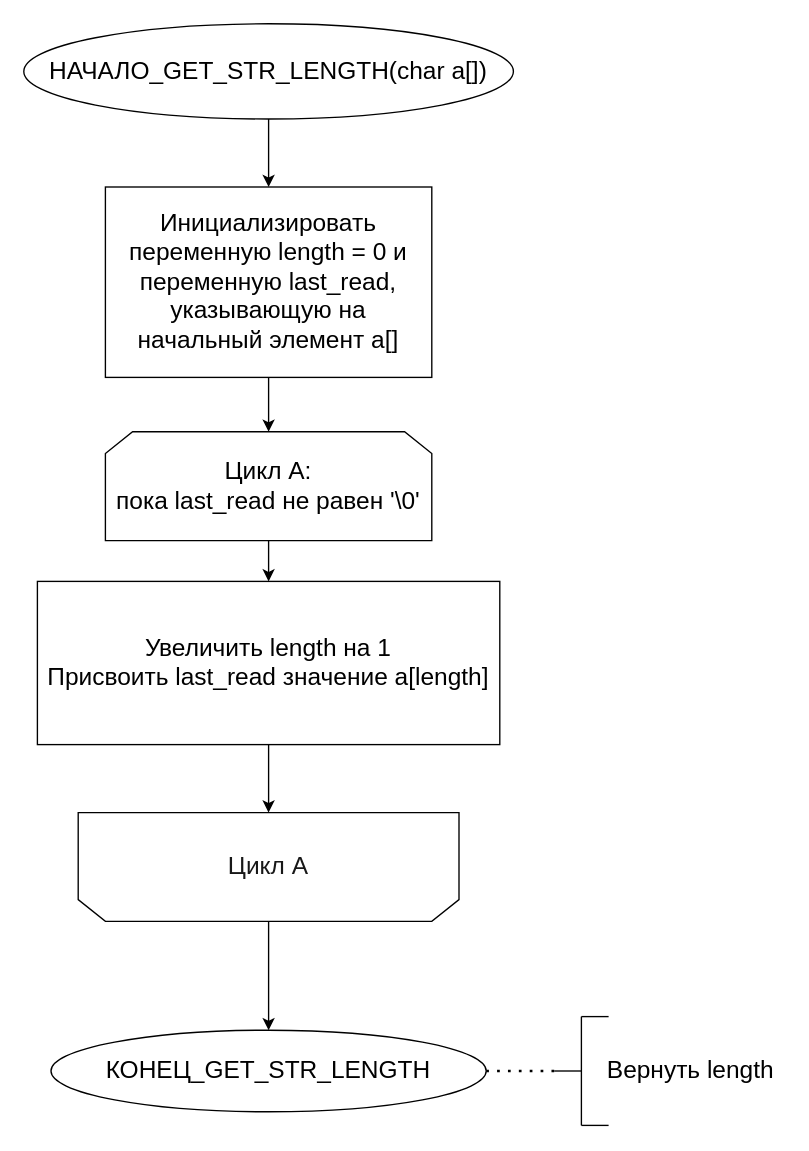
Above: lr3.2/text/get_str_length.drawio in eldarbr/silver-funicular (draw.io), before the change. Source tidied: cells renumbered, new cells numbered last; positions are measured from the earlier drawing's top-left corner, leaving out a move shared by most shapes. Both pictures are drawn from the tidied source at 136%, with x=0, y=0 at pixel (23, 23).
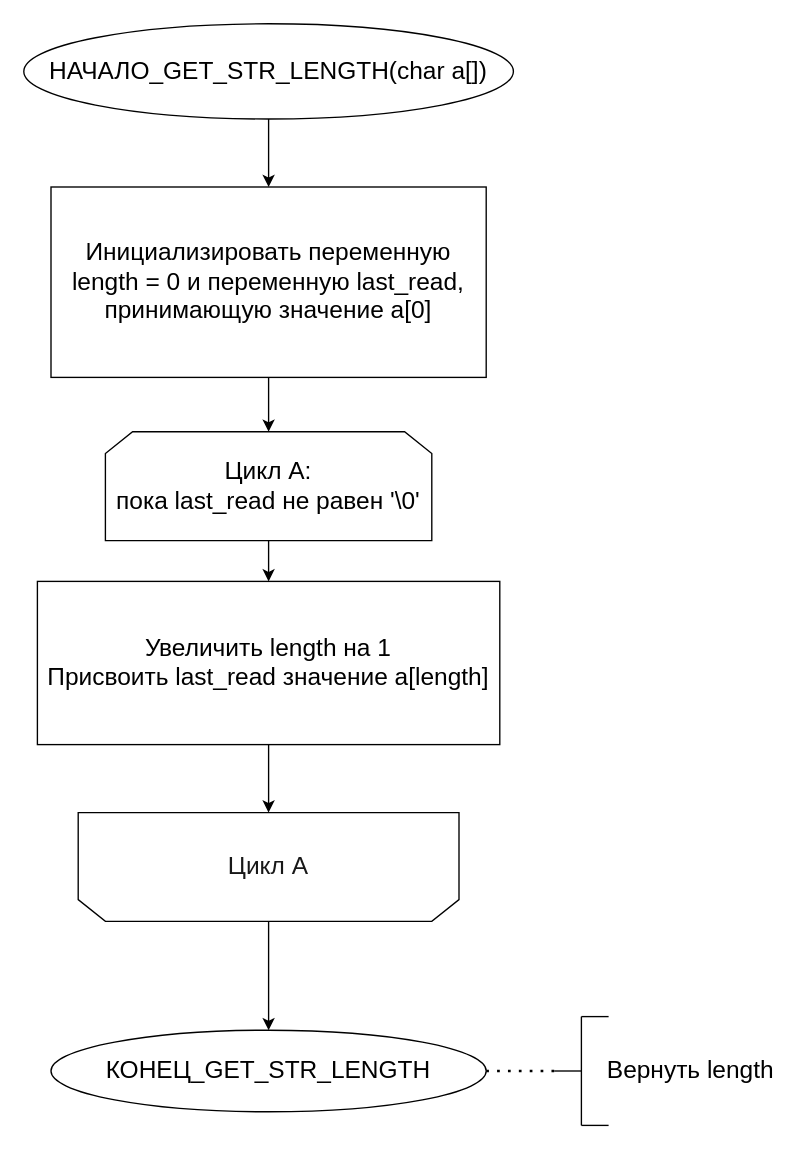
Above is the later version.

The edit, as a diff of the source:
```diff
@@
-    <mxCell id="5" value="Инициализировать переменную length = 0 и переменную last_read, указывающую на начальный элемент a[]" style="rounded=0;whiteSpace=wrap;html=1;fontSize=18;" parent="1" vertex="1">
-      <mxGeometry x="60" y="120" width="240" height="140" as="geometry" />
+    <mxCell id="5" value="Инициализировать переменную length = 0 и переменную last_read, принимающую значение a[0]" style="rounded=0;whiteSpace=wrap;html=1;fontSize=18;" parent="1" vertex="1">
+      <mxGeometry x="20" y="120" width="320" height="140" as="geometry" />
     </mxCell>
```
